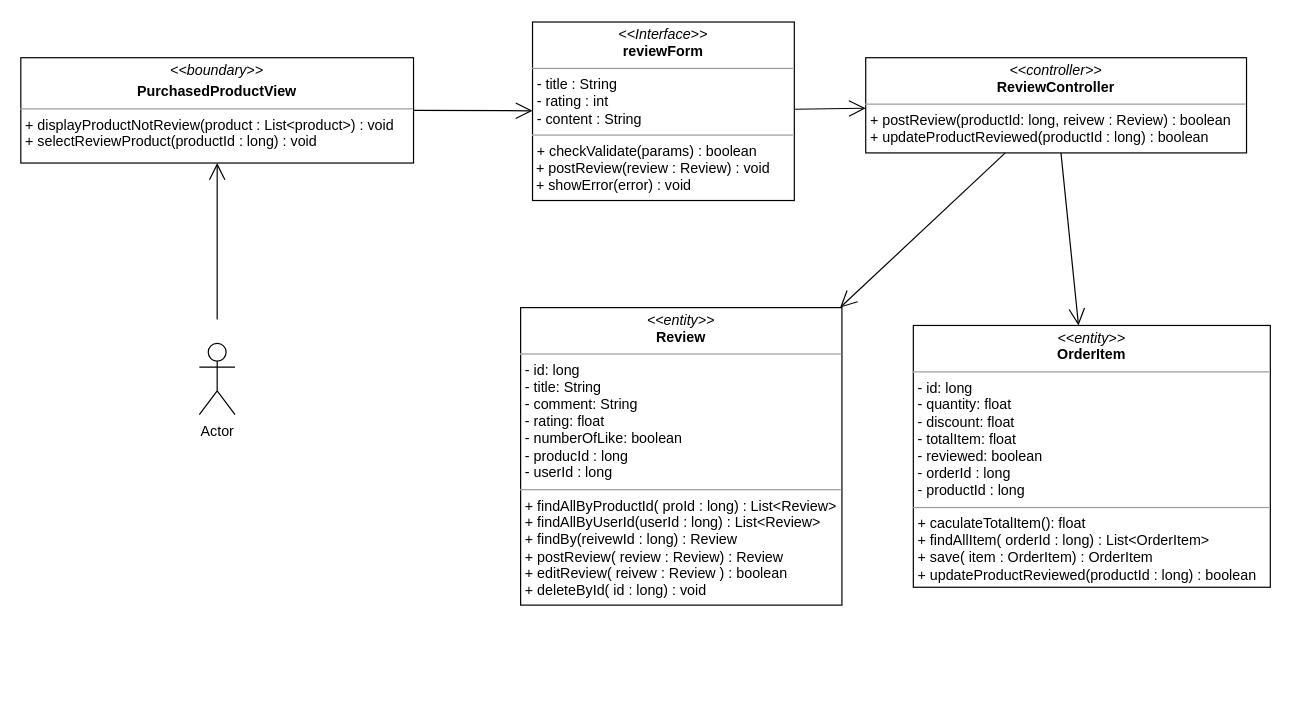
nguyenphamvan/datn_20202 keeps this draw.io diagram as class diagram/review-product-class-diagram.drawio. Above is the earlier version. Source tidied: cells renumbered, new cells numbered last; positions are measured from the earlier drawing's top-left corner, leaving out a move shared by most shapes. Both pictures are drawn from the tidied source at 119%, with x=0, y=0 at pixel (20, 21).
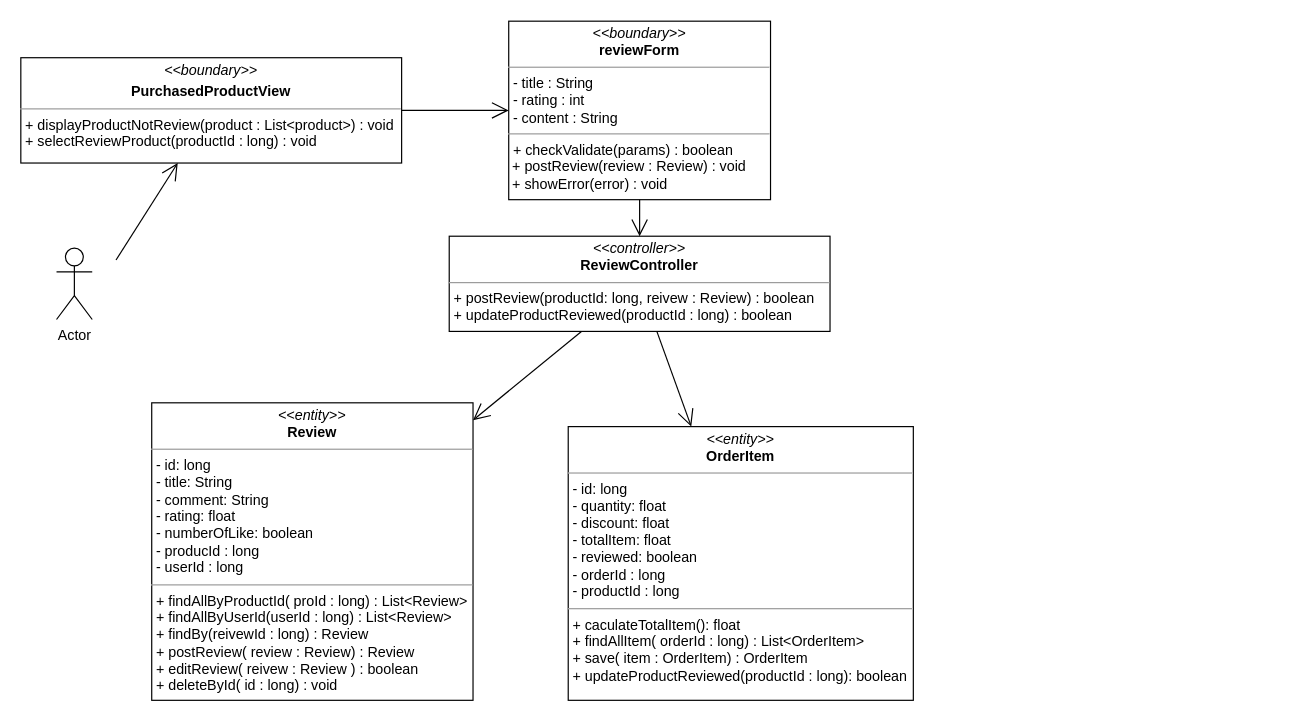
Above is the later version.

Diff of the diagram source:
```diff
@@
 <mxGraphModel>
   <root>
     <mxCell id="0" />
     <mxCell id="1" parent="0" />
     <mxCell id="2" value="&lt;p style=&quot;margin: 0px ; margin-top: 4px ; text-align: center&quot;&gt;&lt;i&gt;&amp;lt;&amp;lt;boundary&amp;gt;&amp;gt;&lt;/i&gt;&lt;/p&gt;&lt;p style=&quot;margin: 0px ; margin-top: 4px ; text-align: center&quot;&gt;&lt;b&gt;PurchasedProductView&lt;/b&gt;&lt;/p&gt;&lt;hr size=&quot;1&quot;&gt;&lt;p style=&quot;margin: 0px ; margin-left: 4px&quot;&gt;+ displayProductNotReview(product : List&amp;lt;product&amp;gt;) : void&lt;/p&gt;&lt;p style=&quot;margin: 0px ; margin-left: 4px&quot;&gt;&lt;span&gt;+ selectReviewProduct(productId : long) : void&lt;/span&gt;&lt;/p&gt;" style="verticalAlign=top;align=left;overflow=fill;fontSize=12;fontFamily=Helvetica;html=1;" parent="1" vertex="1">
-      <mxGeometry y="30" width="330" height="88.5" as="geometry" />
+      <mxGeometry y="30" width="320" height="88.5" as="geometry" />
     </mxCell>
-    <mxCell id="3" value="&lt;p style=&quot;margin: 0px ; margin-top: 4px ; text-align: center&quot;&gt;&lt;i&gt;&amp;lt;&amp;lt;entity&amp;gt;&amp;gt;&lt;/i&gt;&lt;br&gt;&lt;b&gt;OrderItem&lt;/b&gt;&lt;/p&gt;&lt;hr size=&quot;1&quot;&gt;&lt;p style=&quot;margin: 0px ; margin-left: 4px&quot;&gt;- id: long&lt;/p&gt;&lt;p style=&quot;margin: 0px ; margin-left: 4px&quot;&gt;- quantity: float&lt;br&gt;- discount: float&lt;/p&gt;&lt;p style=&quot;margin: 0px ; margin-left: 4px&quot;&gt;- totalItem: float&lt;/p&gt;&lt;p style=&quot;margin: 0px ; margin-left: 4px&quot;&gt;- reviewed: boolean&lt;/p&gt;&lt;p style=&quot;margin: 0px ; margin-left: 4px&quot;&gt;- orderId : long&lt;/p&gt;&lt;p style=&quot;margin: 0px ; margin-left: 4px&quot;&gt;- productId : long&lt;/p&gt;&lt;hr size=&quot;1&quot;&gt;&lt;p style=&quot;margin: 0px 0px 0px 4px&quot;&gt;+ caculateTotalItem(): float&lt;br&gt;&lt;/p&gt;&lt;p style=&quot;margin: 0px 0px 0px 4px&quot;&gt;+ findAllItem( orderId : long) : List&amp;lt;OrderItem&amp;gt;&lt;br&gt;&lt;/p&gt;&lt;p style=&quot;margin: 0px 0px 0px 4px&quot;&gt;+ save( item : OrderItem) : OrderItem&lt;/p&gt;&lt;p style=&quot;margin: 0px 0px 0px 4px&quot;&gt;+ updateProductReviewed(productId : long) : boolean&lt;/p&gt;&lt;p style=&quot;margin: 0px ; margin-left: 4px&quot;&gt;&lt;br&gt;&lt;/p&gt;" style="verticalAlign=top;align=left;overflow=fill;fontSize=12;fontFamily=Helvetica;html=1;" parent="1" vertex="1">
-      <mxGeometry x="750" y="255" width="300" height="220" as="geometry" />
+    <mxCell id="3" value="&lt;p style=&quot;margin: 0px ; margin-top: 4px ; text-align: center&quot;&gt;&lt;i&gt;&amp;lt;&amp;lt;entity&amp;gt;&amp;gt;&lt;/i&gt;&lt;br&gt;&lt;b&gt;OrderItem&lt;/b&gt;&lt;/p&gt;&lt;hr size=&quot;1&quot;&gt;&lt;p style=&quot;margin: 0px ; margin-left: 4px&quot;&gt;- id: long&lt;/p&gt;&lt;p style=&quot;margin: 0px ; margin-left: 4px&quot;&gt;- quantity: float&lt;br&gt;- discount: float&lt;/p&gt;&lt;p style=&quot;margin: 0px ; margin-left: 4px&quot;&gt;- totalItem: float&lt;/p&gt;&lt;p style=&quot;margin: 0px ; margin-left: 4px&quot;&gt;- reviewed: boolean&lt;/p&gt;&lt;p style=&quot;margin: 0px ; margin-left: 4px&quot;&gt;- orderId : long&lt;/p&gt;&lt;p style=&quot;margin: 0px ; margin-left: 4px&quot;&gt;- productId : long&lt;/p&gt;&lt;hr size=&quot;1&quot;&gt;&lt;p style=&quot;margin: 0px 0px 0px 4px&quot;&gt;+ caculateTotalItem(): float&lt;br&gt;&lt;/p&gt;&lt;p style=&quot;margin: 0px 0px 0px 4px&quot;&gt;+ findAllItem( orderId : long) : List&amp;lt;OrderItem&amp;gt;&lt;br&gt;&lt;/p&gt;&lt;p style=&quot;margin: 0px 0px 0px 4px&quot;&gt;+ save( item : OrderItem) : OrderItem&lt;/p&gt;&lt;p style=&quot;margin: 0px 0px 0px 4px&quot;&gt;+ updateProductReviewed(productId : long): boolean&lt;/p&gt;&lt;p style=&quot;margin: 0px ; margin-left: 4px&quot;&gt;&lt;br&gt;&lt;/p&gt;" style="verticalAlign=top;align=left;overflow=fill;fontSize=12;fontFamily=Helvetica;html=1;" parent="1" vertex="1">
+      <mxGeometry x="460" y="340" width="290" height="230" as="geometry" />
     </mxCell>
     <mxCell id="4" style="endArrow=open;endFill=1;endSize=12;html=1;exitX=1;exitY=0.5;exitDx=0;exitDy=0;" parent="1" edge="1" source="2" target="9">
       <mxGeometry relative="1" as="geometry" />
     </mxCell>
     <mxCell id="5" value="&lt;p style=&quot;margin: 0px ; margin-top: 4px ; text-align: center&quot;&gt;&lt;i&gt;&amp;lt;&amp;lt;entity&amp;gt;&amp;gt;&lt;/i&gt;&lt;br&gt;&lt;b&gt;Review&lt;/b&gt;&lt;/p&gt;&lt;hr size=&quot;1&quot;&gt;&lt;p style=&quot;margin: 0px ; margin-left: 4px&quot;&gt;- id: long&lt;/p&gt;&lt;p style=&quot;margin: 0px ; margin-left: 4px&quot;&gt;- title: String&lt;br&gt;- comment: String&lt;/p&gt;&lt;p style=&quot;margin: 0px ; margin-left: 4px&quot;&gt;- rating: float&lt;/p&gt;&lt;p style=&quot;margin: 0px ; margin-left: 4px&quot;&gt;- numberOfLike: boolean&lt;/p&gt;&lt;p style=&quot;margin: 0px ; margin-left: 4px&quot;&gt;- producId : long&lt;/p&gt;&lt;p style=&quot;margin: 0px ; margin-left: 4px&quot;&gt;- userId : long&lt;/p&gt;&lt;hr size=&quot;1&quot;&gt;&lt;p style=&quot;margin: 0px 0px 0px 4px&quot;&gt;+ findAllByProductId( proId : long) : List&amp;lt;Review&amp;gt;&lt;/p&gt;&lt;p style=&quot;margin: 0px 0px 0px 4px&quot;&gt;+ findAllByUserId(userId : long) : List&amp;lt;Review&amp;gt;&lt;/p&gt;&lt;p style=&quot;margin: 0px 0px 0px 4px&quot;&gt;+ findBy(reivewId : long) : Review&lt;/p&gt;&lt;p style=&quot;margin: 0px 0px 0px 4px&quot;&gt;+ postReview( review : Review) : Review&lt;/p&gt;&lt;p style=&quot;margin: 0px 0px 0px 4px&quot;&gt;+ editReview( reivew : Review ) : boolean&lt;/p&gt;&lt;p style=&quot;margin: 0px 0px 0px 4px&quot;&gt;+ deleteById( id : long) : void&lt;/p&gt;" style="verticalAlign=top;align=left;overflow=fill;fontSize=12;fontFamily=Helvetica;html=1;" parent="1" vertex="1">
-      <mxGeometry x="420" y="240" width="270" height="250" as="geometry" />
+      <mxGeometry x="110" y="320" width="270" height="250" as="geometry" />
     </mxCell>
     <mxCell id="6" value="&lt;p style=&quot;margin: 0px ; margin-top: 4px ; text-align: center&quot;&gt;&lt;i&gt;&amp;lt;&amp;lt;controller&amp;gt;&amp;gt;&lt;/i&gt;&lt;br&gt;&lt;b&gt;ReviewController&lt;/b&gt;&lt;br&gt;&lt;/p&gt;&lt;hr size=&quot;1&quot;&gt;&lt;p style=&quot;margin: 0px ; margin-left: 4px&quot;&gt;&lt;span&gt;+ postReview(productId: long, reivew : Review) : boolean&lt;/span&gt;&lt;/p&gt;&lt;p style=&quot;margin: 0px ; margin-left: 4px&quot;&gt;&lt;span&gt;+ updateProductReviewed(productId : long) : boolean&lt;/span&gt;&lt;/p&gt;" style="verticalAlign=top;align=left;overflow=fill;fontSize=12;fontFamily=Helvetica;html=1;" parent="1" vertex="1">
-      <mxGeometry x="710" y="30" width="320" height="80" as="geometry" />
+      <mxGeometry x="360" y="180" width="320" height="80" as="geometry" />
     </mxCell>
     <mxCell id="7" style="endArrow=open;endFill=1;endSize=12;html=1;strokeColor=#000000;" parent="1" edge="1" source="6" target="5">
       <mxGeometry relative="1" as="geometry" />
     </mxCell>
     <mxCell id="8" style="endArrow=open;endFill=1;endSize=12;html=1;" parent="1" edge="1" source="6" target="3">
       <mxGeometry relative="1" as="geometry" />
     </mxCell>
-    <mxCell id="9" value="&lt;p style=&quot;margin: 0px ; margin-top: 4px ; text-align: center&quot;&gt;&lt;i&gt;&amp;lt;&amp;lt;Interface&amp;gt;&amp;gt;&lt;/i&gt;&lt;br&gt;&lt;b&gt;reviewForm&lt;/b&gt;&lt;/p&gt;&lt;hr size=&quot;1&quot;&gt;&lt;p style=&quot;margin: 0px ; margin-left: 4px&quot;&gt;- title : String&lt;br&gt;- rating : int&lt;/p&gt;&lt;p style=&quot;margin: 0px ; margin-left: 4px&quot;&gt;- content : String&lt;/p&gt;&lt;hr size=&quot;1&quot;&gt;&lt;p style=&quot;margin: 0px ; margin-left: 4px&quot;&gt;+ checkValidate(params) : boolean&lt;br&gt;&lt;/p&gt;&amp;nbsp;+ postReview(review : Review) : void&lt;br&gt;&amp;nbsp;+ showError(error) : void" style="verticalAlign=top;align=left;overflow=fill;fontSize=12;fontFamily=Helvetica;html=1;" parent="1" vertex="1">
-      <mxGeometry x="430" width="220" height="150" as="geometry" />
+    <mxCell id="9" value="&lt;p style=&quot;margin: 0px ; margin-top: 4px ; text-align: center&quot;&gt;&lt;i&gt;&amp;lt;&amp;lt;boundary&amp;gt;&amp;gt;&lt;/i&gt;&lt;br&gt;&lt;b&gt;reviewForm&lt;/b&gt;&lt;/p&gt;&lt;hr size=&quot;1&quot;&gt;&lt;p style=&quot;margin: 0px ; margin-left: 4px&quot;&gt;- title : String&lt;br&gt;- rating : int&lt;/p&gt;&lt;p style=&quot;margin: 0px ; margin-left: 4px&quot;&gt;- content : String&lt;/p&gt;&lt;hr size=&quot;1&quot;&gt;&lt;p style=&quot;margin: 0px ; margin-left: 4px&quot;&gt;+ checkValidate(params) : boolean&lt;br&gt;&lt;/p&gt;&amp;nbsp;+ postReview(review : Review) : void&lt;br&gt;&amp;nbsp;+ showError(error) : void" style="verticalAlign=top;align=left;overflow=fill;fontSize=12;fontFamily=Helvetica;html=1;" parent="1" vertex="1">
+      <mxGeometry x="410" y="-0.7" width="220" height="150" as="geometry" />
     </mxCell>
     <mxCell id="10" style="endArrow=open;endFill=1;endSize=12;html=1;" parent="1" edge="1" source="9" target="6">
       <mxGeometry relative="1" as="geometry" />
     </mxCell>
     <mxCell id="11" value="Actor" style="shape=umlActor;verticalLabelPosition=bottom;verticalAlign=top;html=1;" parent="1" vertex="1">
-      <mxGeometry x="150" y="270" width="30" height="60" as="geometry" />
+      <mxGeometry x="30" y="190" width="30" height="60" as="geometry" />
     </mxCell>
     <mxCell id="12" style="endArrow=open;endFill=1;endSize=12;html=1;" parent="1" edge="1" target="2">
       <mxGeometry relative="1" as="geometry">
-        <mxPoint x="165" y="250" as="sourcePoint" />
+        <mxPoint x="80" y="200" as="sourcePoint" />
       </mxGeometry>
     </mxCell>
   </root>
 </mxGraphModel>
```
